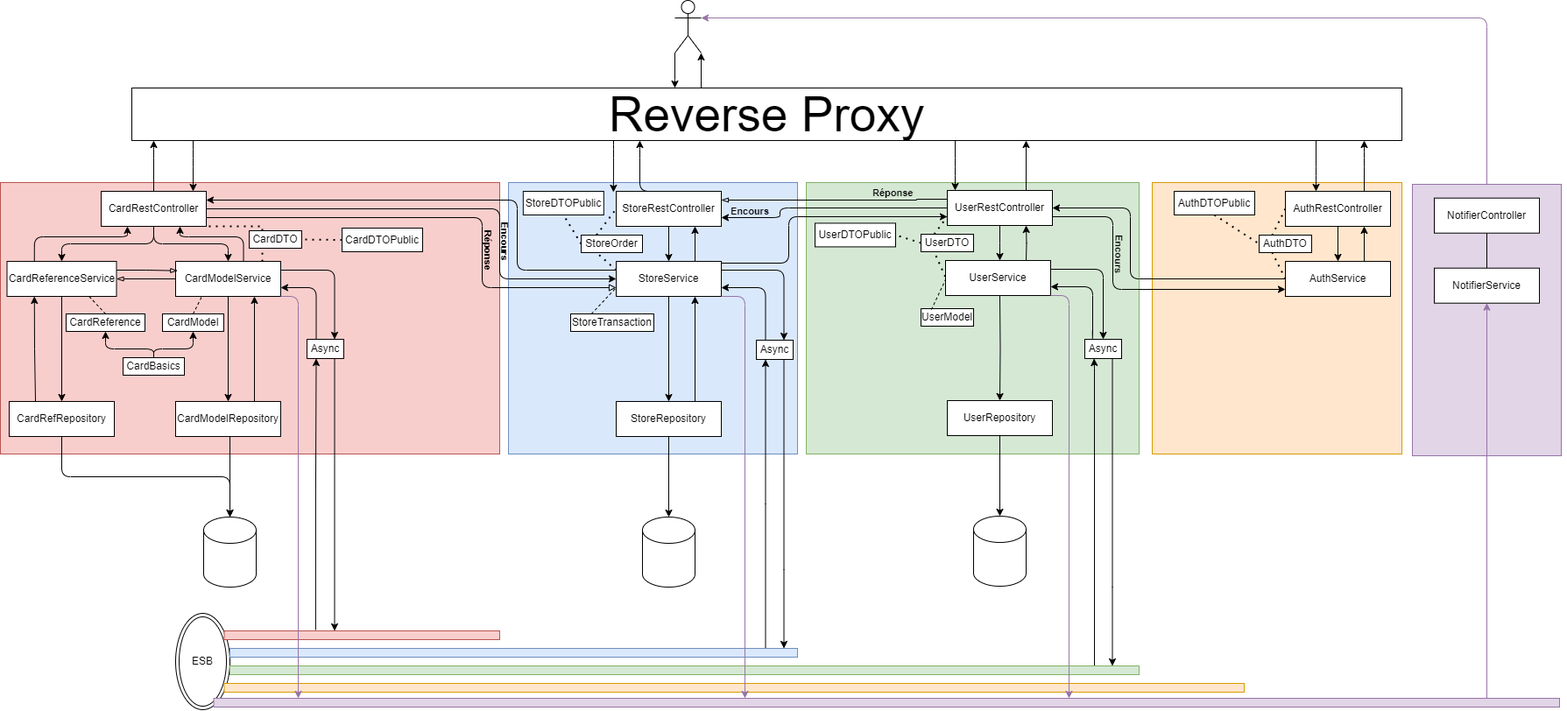
This is Archi/Archi.drawio.png from EnzoLouni/ASI-II-Groupe1, a draw.io export, as it was before one commit. Source tidied: cells renumbered, new cells last; positions are measured from the earlier drawing's top-left corner, leaving out a move shared by most shapes.
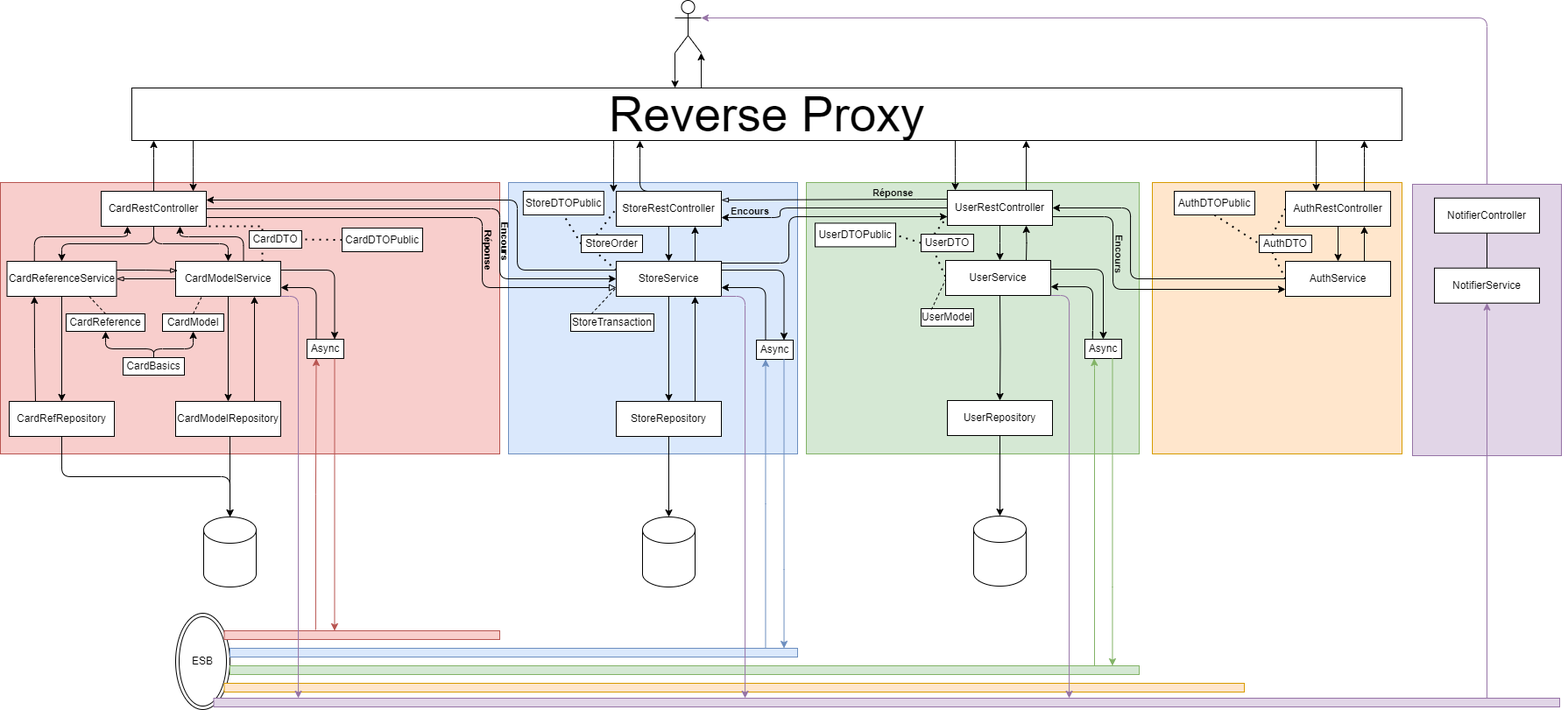
Above is the later version.

Commit message:
Mettre à jour Archi.drawio.png

The edit, as a diff of the source:
```diff
@@ -404,13 +404,13 @@
     <mxCell id="92" value="ESB" style="ellipse;shape=doubleEllipse;whiteSpace=wrap;html=1;" parent="1" vertex="1">
       <mxGeometry x="200" y="700" width="62" height="110" as="geometry" />
     </mxCell>
-    <mxCell id="93" style="edgeStyle=orthogonalEdgeStyle;rounded=0;jettySize=auto;html=1;exitX=0.332;exitY=-0.105;exitDx=0;exitDy=0;entryX=0.25;entryY=1;entryDx=0;entryDy=0;exitPerimeter=0;" parent="1" edge="1" source="94" target="105">
+    <mxCell id="93" style="edgeStyle=orthogonalEdgeStyle;rounded=0;jettySize=auto;html=1;exitX=0.332;exitY=-0.105;exitDx=0;exitDy=0;entryX=0.25;entryY=1;entryDx=0;entryDy=0;exitPerimeter=0;fillColor=#f8cecc;strokeColor=#b85450;" parent="1" edge="1" source="94" target="105">
       <mxGeometry relative="1" as="geometry" />
     </mxCell>
     <mxCell id="94" style="rounded=0;whiteSpace=wrap;html=1;fillColor=#f8cecc;strokeColor=#b85450;" parent="1" vertex="1">
       <mxGeometry x="255.5" y="720" width="314.5" height="10" as="geometry" />
     </mxCell>
-    <mxCell id="95" style="edgeStyle=orthogonalEdgeStyle;rounded=0;jettySize=auto;html=1;entryX=0.25;entryY=1;entryDx=0;entryDy=0;" parent="1" edge="1" source="96" target="107">
+    <mxCell id="95" style="edgeStyle=orthogonalEdgeStyle;rounded=0;jettySize=auto;html=1;entryX=0.25;entryY=1;entryDx=0;entryDy=0;fillColor=#dae8fc;strokeColor=#6c8ebf;" parent="1" edge="1" source="96" target="107">
       <mxGeometry relative="1" as="geometry">
         <Array as="points">
           <mxPoint x="874" y="575" />
@@ -434,7 +434,7 @@
     <mxCell id="99" value="Async" style="rounded=0;whiteSpace=wrap;html=1;" parent="1" vertex="1">
       <mxGeometry x="1238" y="387" width="42" height="22" as="geometry" />
     </mxCell>
-    <mxCell id="100" style="edgeStyle=orthogonalEdgeStyle;rounded=0;jettySize=auto;html=1;exitX=0.75;exitY=1;exitDx=0;exitDy=0;" parent="1" edge="1" source="99" target="109">
+    <mxCell id="100" style="edgeStyle=orthogonalEdgeStyle;rounded=0;jettySize=auto;html=1;exitX=0.75;exitY=1;exitDx=0;exitDy=0;fillColor=#d5e8d4;strokeColor=#82b366;" parent="1" edge="1" source="99" target="109">
       <mxGeometry relative="1" as="geometry">
         <Array as="points">
           <mxPoint x="1270" y="670" />
@@ -442,7 +442,7 @@
         </Array>
       </mxGeometry>
     </mxCell>
-    <mxCell id="101" style="edgeStyle=orthogonalEdgeStyle;rounded=0;jettySize=auto;html=1;entryX=0.25;entryY=1;entryDx=0;entryDy=0;exitX=0.95;exitY=0.02;exitDx=0;exitDy=0;exitPerimeter=0;" parent="1" edge="1" target="99">
+    <mxCell id="101" style="edgeStyle=orthogonalEdgeStyle;rounded=0;jettySize=auto;html=1;entryX=0.25;entryY=1;entryDx=0;entryDy=0;exitX=0.95;exitY=0.02;exitDx=0;exitDy=0;exitPerimeter=0;fillColor=#d5e8d4;strokeColor=#82b366;" parent="1" edge="1" target="99">
       <mxGeometry relative="1" as="geometry">
         <mxPoint x="1201.6" y="760.2" as="sourcePoint" />
         <Array as="points">
@@ -469,7 +469,7 @@
     <mxCell id="107" value="Async" style="rounded=0;whiteSpace=wrap;html=1;" parent="1" vertex="1">
       <mxGeometry x="863" y="388" width="42" height="22" as="geometry" />
     </mxCell>
-    <mxCell id="108" style="edgeStyle=orthogonalEdgeStyle;rounded=0;jettySize=auto;html=1;exitX=0.75;exitY=1;exitDx=0;exitDy=0;" parent="1" edge="1" source="105">
+    <mxCell id="108" style="edgeStyle=orthogonalEdgeStyle;rounded=0;jettySize=auto;html=1;exitX=0.75;exitY=1;exitDx=0;exitDy=0;fillColor=#f8cecc;strokeColor=#b85450;" parent="1" edge="1" source="105">
       <mxGeometry relative="1" as="geometry">
         <mxPoint x="382" y="720" as="targetPoint" />
         <Array as="points">
@@ -486,7 +486,7 @@
     <mxCell id="111" value="&lt;span style=&quot;font-size: 11px;&quot;&gt;Réponse&lt;/span&gt;" style="text;strokeColor=none;fillColor=none;html=1;fontSize=24;fontStyle=1;verticalAlign=bottom;align=left;rotation=90;" parent="1" vertex="1">
       <mxGeometry x="527" y="277" width="50.8" height="17.4" as="geometry" />
     </mxCell>
-    <mxCell id="112" style="edgeStyle=orthogonalEdgeStyle;rounded=0;jettySize=auto;html=1;exitX=0.75;exitY=1;exitDx=0;exitDy=0;" parent="1" edge="1" source="107" target="96">
+    <mxCell id="112" style="edgeStyle=orthogonalEdgeStyle;rounded=0;jettySize=auto;html=1;exitX=0.75;exitY=1;exitDx=0;exitDy=0;fillColor=#dae8fc;strokeColor=#6c8ebf;" parent="1" edge="1" source="107" target="96">
       <mxGeometry relative="1" as="geometry">
         <Array as="points">
           <mxPoint x="895" y="650" />
```
